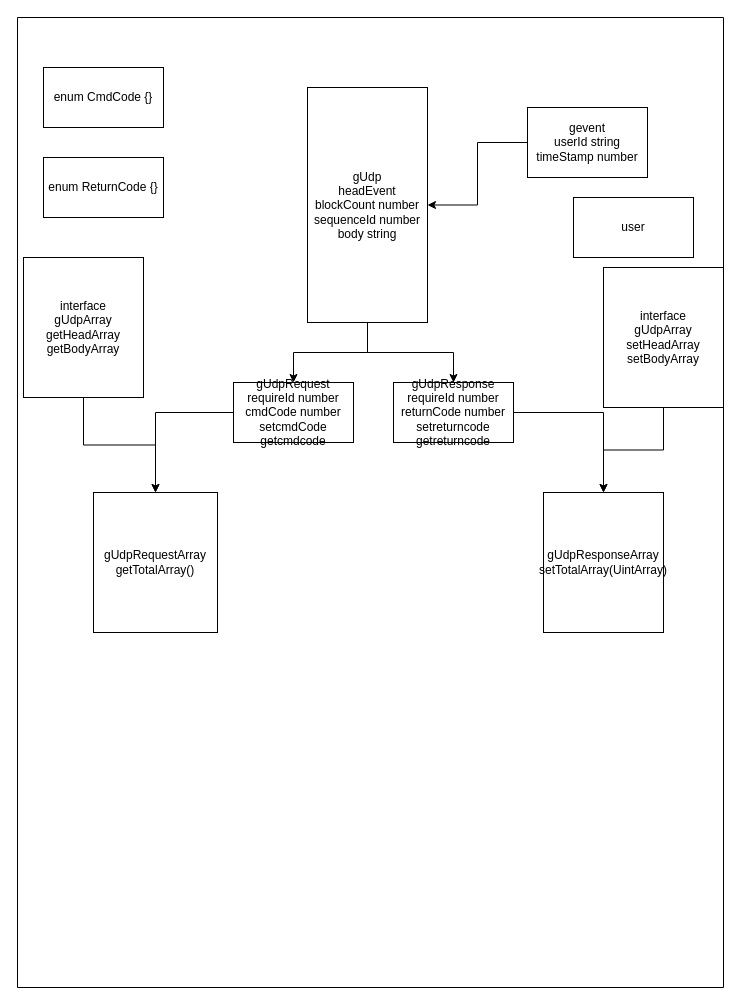
Above: Untitled Diagram.drawio in 605682883/flowPhoto (draw.io), before the change. Source tidied: cells renumbered, new cells numbered last; positions are measured from the earlier drawing's top-left corner, leaving out a move shared by most shapes. Both pictures are drawn from the tidied source at 100%, with x=0, y=0 at pixel (17, 17).
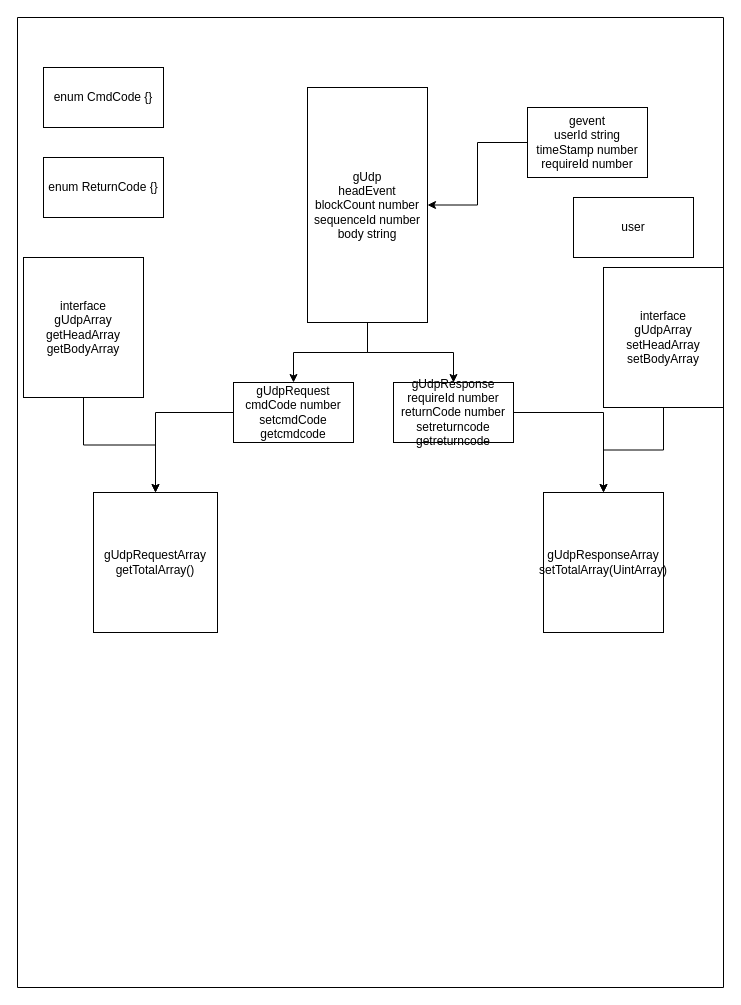
After the change.

The change refers to these unchanged cells:
```xml
<mxCell id="2" style="swimlane;startSize=0;" parent="1" vertex="1">
  <mxGeometry width="706" height="970" as="geometry" />
</mxCell>
```

Change to the diagram source:
```diff
@@
-    <mxCell id="7" value="gevent&lt;br&gt;userId string&lt;br&gt;timeStamp number&lt;br&gt;" style="rounded=0;whiteSpace=wrap;html=1;" parent="2" vertex="1">
+    <mxCell id="7" value="gevent&lt;br&gt;userId string&lt;br&gt;timeStamp number&lt;br&gt;requireId number" style="rounded=0;whiteSpace=wrap;html=1;" parent="2" vertex="1">
       <mxGeometry x="510" y="90" width="120" height="70" as="geometry" />
     </mxCell>
@@
-    <mxCell id="12" value="&lt;span&gt;gUdpRequest&lt;br&gt;&lt;/span&gt;requireId number&lt;span&gt;&lt;br&gt;cmdCode number&lt;br&gt;setcmdCode&lt;br&gt;getcmdcode&lt;br&gt;&lt;/span&gt;" style="rounded=0;whiteSpace=wrap;html=1;" parent="2" vertex="1">
+    <mxCell id="12" value="&lt;span&gt;gUdpRequest&lt;/span&gt;&lt;span&gt;&lt;br&gt;cmdCode number&lt;br&gt;setcmdCode&lt;br&gt;getcmdcode&lt;br&gt;&lt;/span&gt;" style="rounded=0;whiteSpace=wrap;html=1;" parent="2" vertex="1">
       <mxGeometry x="216" y="365" width="120" height="60" as="geometry" />
     </mxCell>
```
